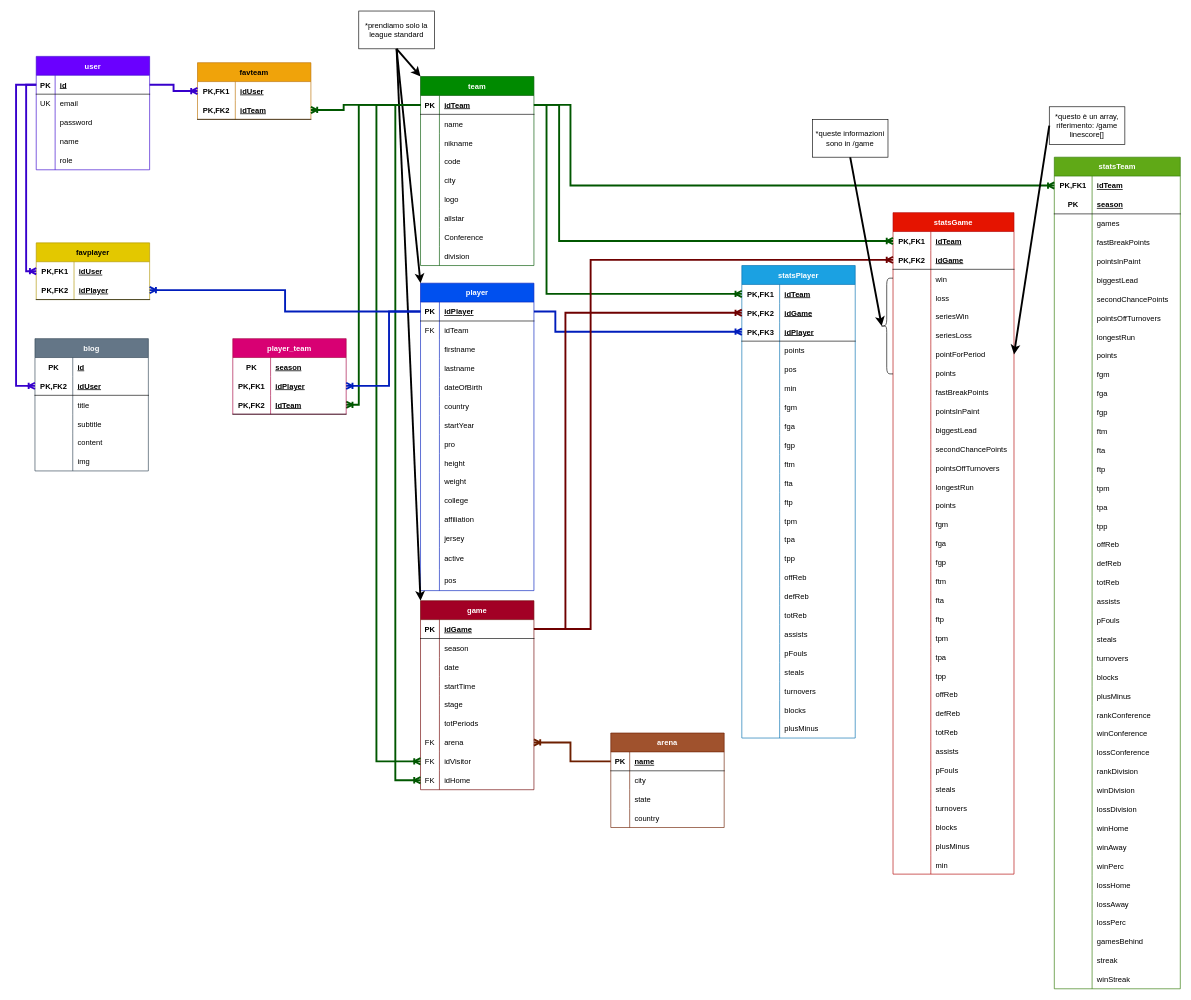
leonardoscardoni/IGallinacci keeps this draw.io diagram as LastGame/database/DB_relazionale.drawio. Above is the earlier version. Source tidied: cells renumbered, new cells numbered last; positions are measured from the earlier drawing's top-left corner, leaving out a move shared by most shapes. Both pictures are drawn from the tidied source at 63%, with x=0, y=0 at pixel (16, 11).
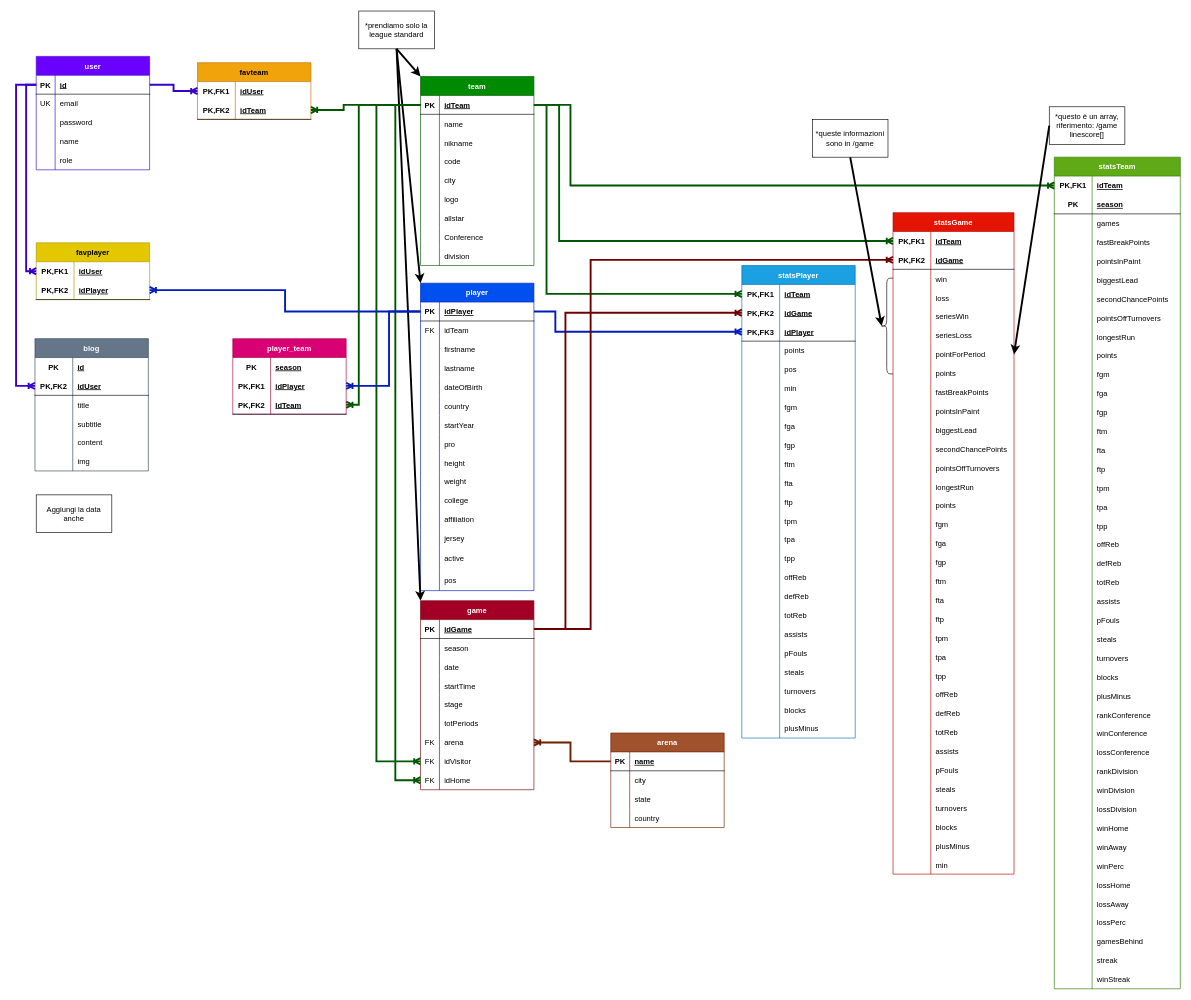
The same diagram, later.

Commit message (it also covers changes not shown here):
Updated DB schema and nbaStatPopulate

Change to the diagram source:
```diff
@@
+    <mxCell id="507" value="Aggiungi la data anche" style="rounded=0;whiteSpace=wrap;html=1;" parent="1" vertex="1">
+      <mxGeometry x="32" y="768" width="120" height="60" as="geometry" />
+    </mxCell>
```
